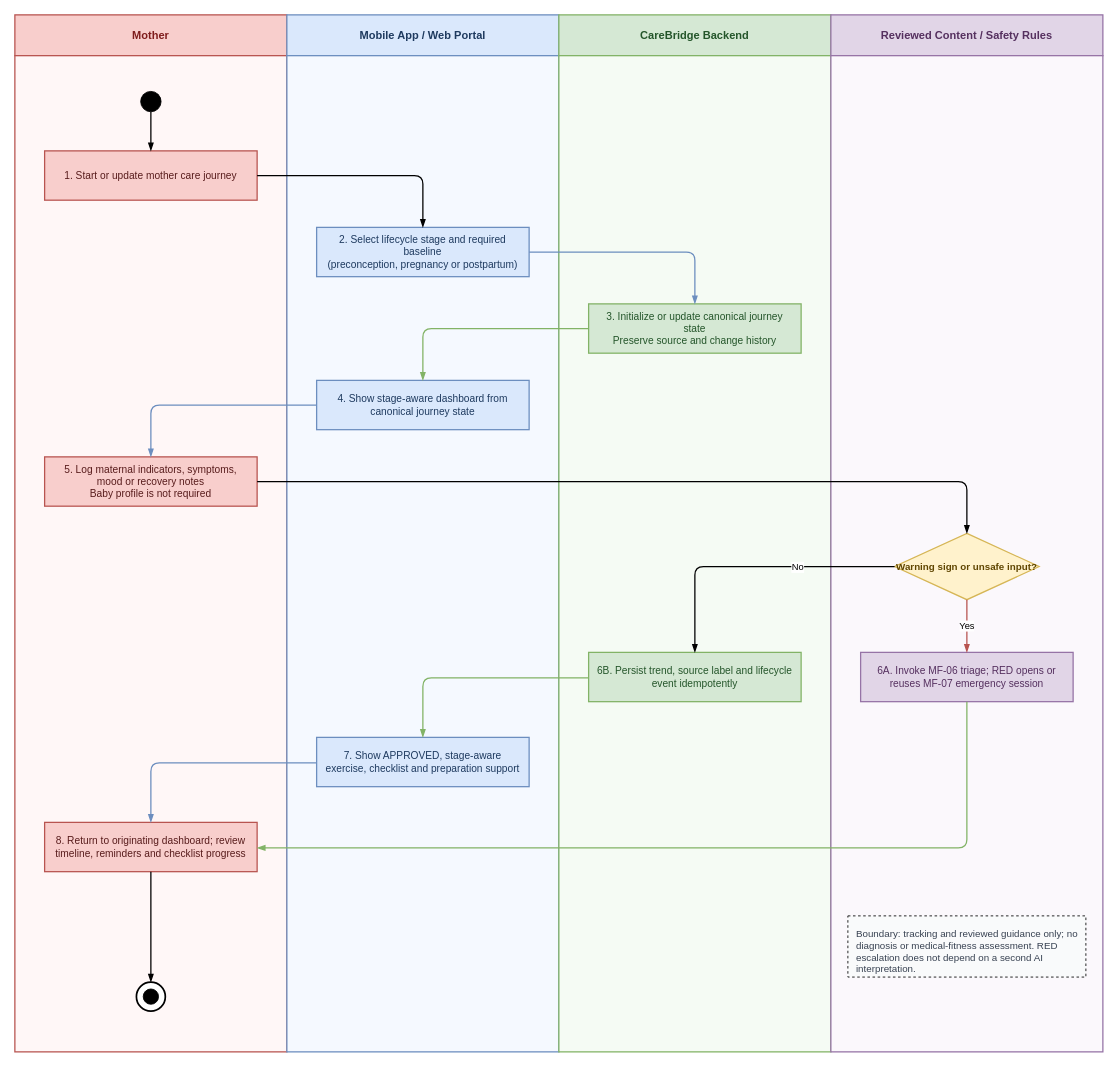
Earlier version of the draw.io diagram page "MF-02 Mother Care Journey Workflow" (2 of 7) of 03_Design/ActivityDiagram/CareBridge-Main-Workflows.drawio (ChuongBDHE172784/CareBridge_SEP490_G79). Source tidied: cells renumbered, new cells numbered last; positions are measured from the earlier drawing's top-left corner, leaving out a move shared by most shapes. Both pictures are drawn from the tidied source at 85%, with x=0, y=0 at pixel (14, 14).
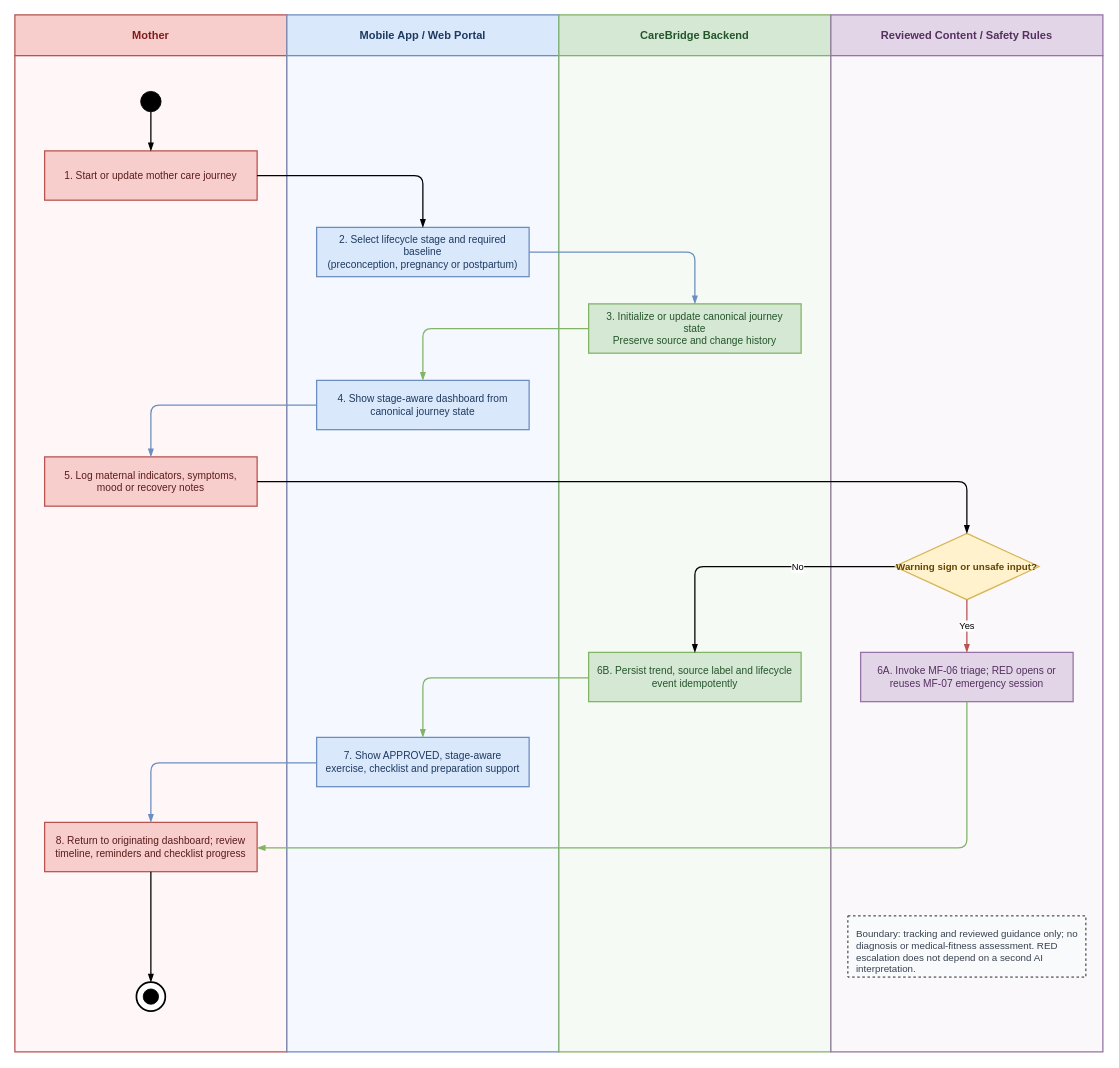
Above is the later version.

What changed in the source:
```diff
@@
-    <mxCell id="15" value="5. Log maternal indicators, symptoms, mood or recovery notes&#10;Baby profile is not required" style="rounded=0;whiteSpace=wrap;html=1;fillColor=#F8CECC;strokeColor=#B85450;strokeWidth=1.5;fontFamily=Arial;fontSize=12;fontColor=#581C1C;align=center;verticalAlign=middle;spacing=8;" parent="1" vertex="1">
+    <mxCell id="15" value="5. Log maternal indicators, symptoms, mood or recovery notes" style="rounded=0;whiteSpace=wrap;html=1;fillColor=#F8CECC;strokeColor=#B85450;strokeWidth=1.5;fontFamily=Arial;fontSize=12;fontColor=#581C1C;align=center;verticalAlign=middle;spacing=8;" parent="1" vertex="1">
       <mxGeometry x="35" y="520" width="250" height="58" as="geometry" />
     </mxCell>
```
